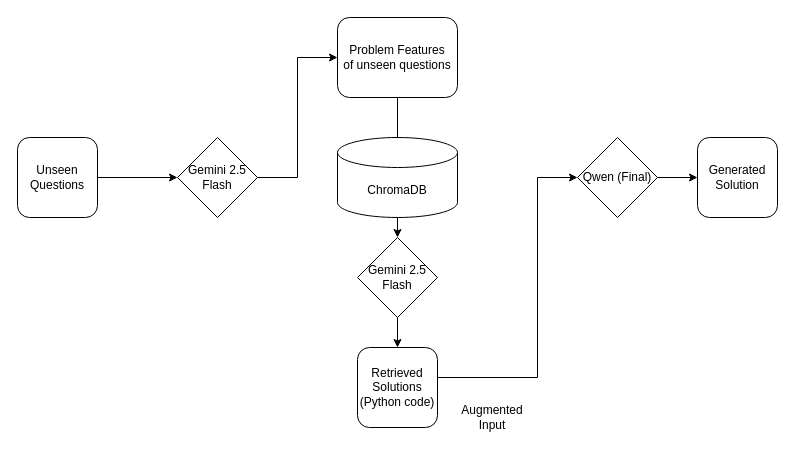
This is attachments/application_module.drawio from Savoxism/MathLearner-GDG-Hackathon-2025, a draw.io file, before an edit. Source tidied: cells renumbered, new cells numbered last; positions are measured from the earlier drawing's top-left corner, leaving out a move shared by most shapes. Both pictures are drawn from the tidied source at 100%, with x=0, y=0 at pixel (17, 17).
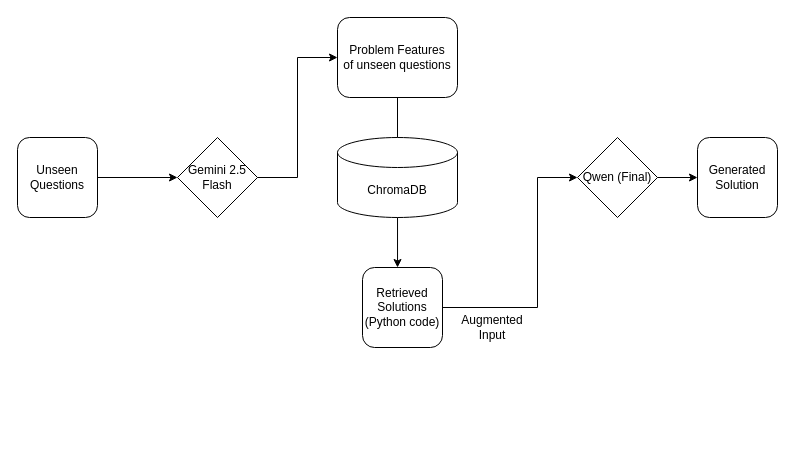
The same diagram, later.

The change refers to these unchanged cells:
```xml
<mxCell id="14" value="Qwen (Final)" style="rhombus;whiteSpace=wrap;html=1;" parent="1" vertex="1">
  <mxGeometry x="560" y="120" width="80" height="80" as="geometry" />
</mxCell>
```

The edit, as a diff of the source:
```diff
@@
-    <mxCell id="7" style="endArrow=classic;html=1;rounded=0;entryX=0.5;entryY=0;entryDx=0;entryDy=0;" parent="1" edge="1" target="13">
+    <mxCell id="7" style="endArrow=classic;html=1;rounded=0;entryX=0.438;entryY=0;entryDx=0;entryDy=0;entryPerimeter=0;" parent="1" edge="1" target="9">
       <mxGeometry relative="1" as="geometry">
         <mxPoint x="380" y="80" as="sourcePoint" />
       </mxGeometry>
     </mxCell>
@@
     <mxCell id="9" value="Retrieved Solutions (Python code)" style="rounded=1;whiteSpace=wrap;html=1;" parent="1" vertex="1">
-      <mxGeometry x="340" y="330" width="80" height="80" as="geometry" />
+      <mxGeometry x="345" y="250" width="80" height="80" as="geometry" />
     </mxCell>
-    <mxCell id="10" style="endArrow=classic;html=1;rounded=0;entryX=0.5;entryY=0;entryDx=0;entryDy=0;exitX=0.5;exitY=1;exitDx=0;exitDy=0;exitPerimeter=0;" parent="1" edge="1" target="9">
-      <mxGeometry relative="1" as="geometry">
-        <mxPoint x="380" y="280" as="sourcePoint" />
-      </mxGeometry>
-    </mxCell>
     <mxCell id="11" value="Augmented Input" style="text;html=1;strokeColor=none;fillColor=none;align=center;verticalAlign=middle;whiteSpace=wrap;overflow=hidden;" parent="1" vertex="1">
-      <mxGeometry x="440" y="380" width="70" height="40" as="geometry" />
+      <mxGeometry x="440" y="290" width="70" height="40" as="geometry" />
     </mxCell>
-    <mxCell id="12" style="endArrow=classic;html=1;rounded=0;" parent="1" edge="1">
+    <mxCell id="12" style="endArrow=classic;html=1;rounded=0;entryX=0;entryY=0.5;entryDx=0;entryDy=0;" parent="1" edge="1" target="14">
       <mxGeometry relative="1" as="geometry">
-        <mxPoint x="420" y="360" as="sourcePoint" />
-        <mxPoint x="560" y="160" as="targetPoint" />
+        <mxPoint x="425" y="290" as="sourcePoint" />
         <Array as="points">
-          <mxPoint x="520" y="360" />
+          <mxPoint x="520" y="290" />
           <mxPoint x="520" y="160" />
         </Array>
       </mxGeometry>
     </mxCell>
-    <mxCell id="13" value="Gemini 2.5 Flash" style="rhombus;whiteSpace=wrap;html=1;" parent="1" vertex="1">
-      <mxGeometry x="340" y="220" width="80" height="80" as="geometry" />
-    </mxCell>
```
